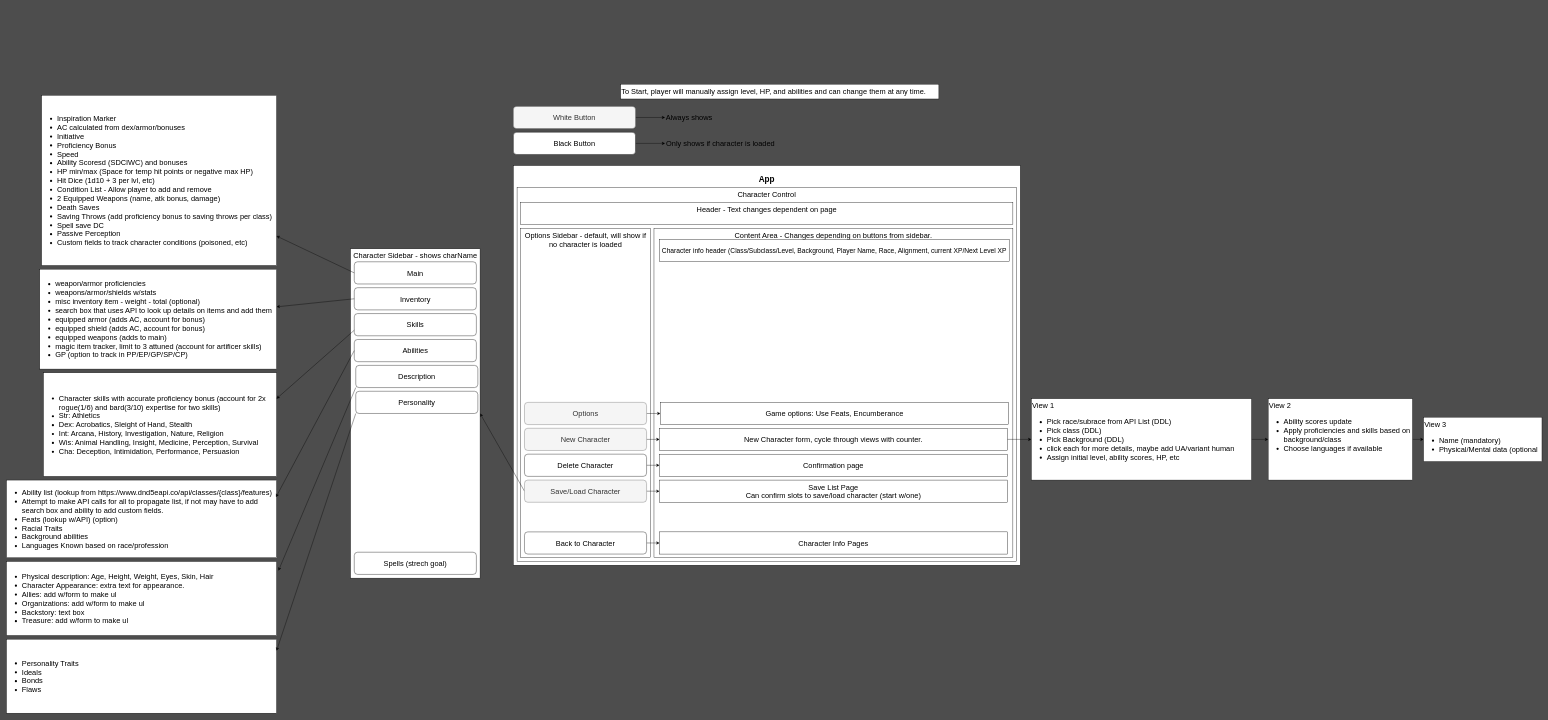
Before: diagram.drawio in benjaminw1030/dnd-character-creator, a draw.io diagram. Source tidied: cells renumbered, new cells numbered last; positions are measured from the earlier drawing's top-left corner, leaving out a move shared by most shapes. Both pictures are drawn from the tidied source at 37%, with x=0, y=0 at pixel (6, 84).
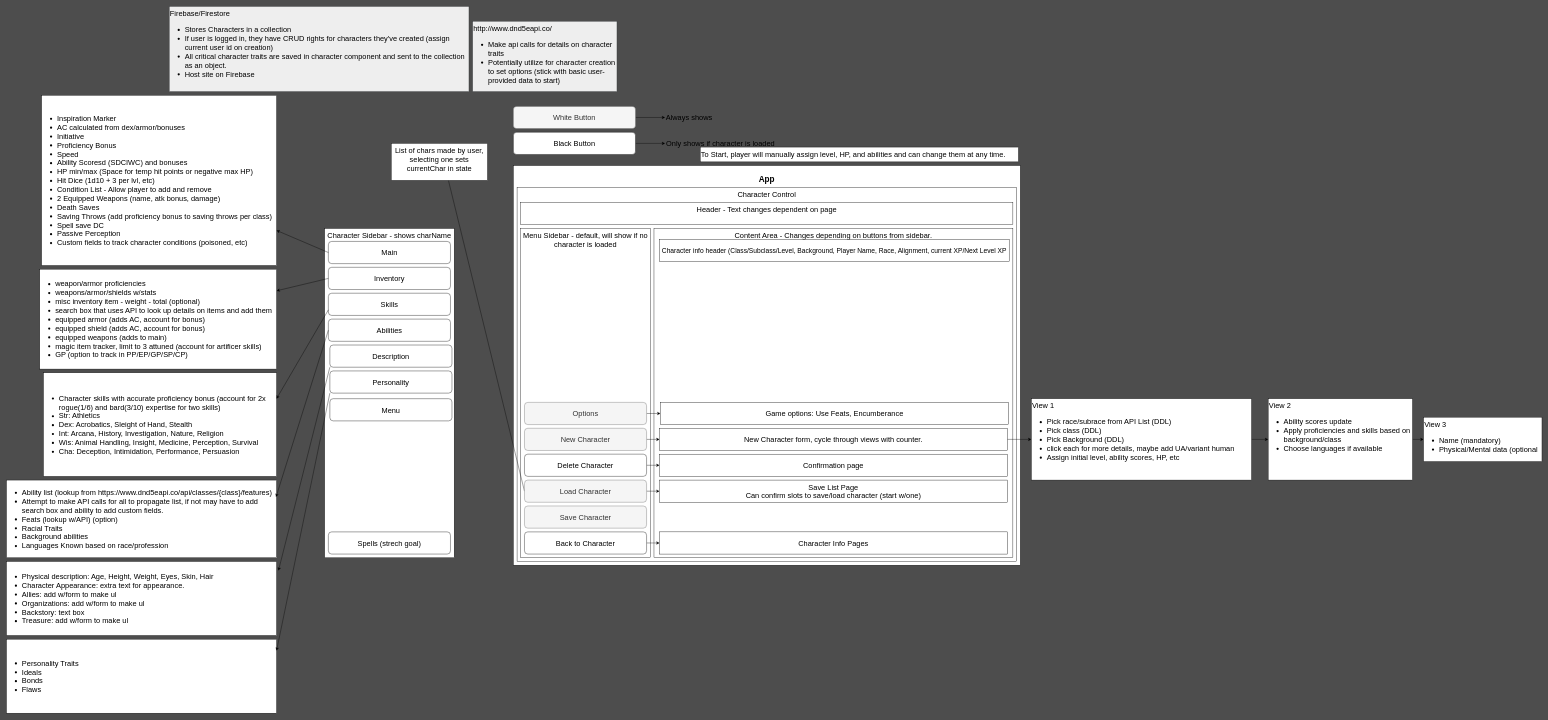
After the change.

The change refers to these unchanged cells:
```xml
<mxCell id="35" value="Character Sidebar - shows charName" style="rounded=0;whiteSpace=wrap;html=1;verticalAlign=top;fontSize=20;" parent="34" vertex="1">
  <mxGeometry width="350" height="890" as="geometry" />
</mxCell>
```

The edit, as a diff of the source:
```diff
@@
-    <mxCell id="5" value="Options Sidebar - default, will show if no character is loaded" style="rounded=0;whiteSpace=wrap;html=1;verticalAlign=top;fontSize=20;" parent="1" vertex="1">
+    <mxCell id="5" value="Menu Sidebar - default, will show if no character is loaded" style="rounded=0;whiteSpace=wrap;html=1;verticalAlign=top;fontSize=20;" parent="1" vertex="1">
       <mxGeometry x="1390" y="390" width="350" height="890" as="geometry" />
     </mxCell>
@@
-    <mxCell id="9" style="edgeStyle=none;html=1;fontSize=18;entryX=1;entryY=0.5;entryDx=0;entryDy=0;exitX=0;exitY=0.5;exitDx=0;exitDy=0;" parent="1" edge="1" source="11" target="35">
+    <mxCell id="9" style="edgeStyle=none;html=1;fontSize=18;exitX=0;exitY=0.5;exitDx=0;exitDy=0;entryX=0.5;entryY=0;entryDx=0;entryDy=0;" parent="1" edge="1" source="11" target="61">
       <mxGeometry relative="1" as="geometry" />
     </mxCell>
@@
-    <mxCell id="11" value="Save/Load Character" style="rounded=1;whiteSpace=wrap;html=1;fontSize=20;verticalAlign=middle;fillColor=#f5f5f5;strokeColor=#666666;fontColor=#333333;" parent="1" vertex="1">
+    <mxCell id="11" value="Load Character" style="rounded=1;whiteSpace=wrap;html=1;fontSize=20;verticalAlign=middle;fillColor=#f5f5f5;strokeColor=#666666;fontColor=#333333;" parent="1" vertex="1">
       <mxGeometry x="1400" y="1070" width="330" height="60" as="geometry" />
     </mxCell>
@@
     <mxCell id="34" style="group;" parent="1" vertex="1">
-      <mxGeometry x="930" y="445" width="350" height="890" as="geometry" />
+      <mxGeometry x="860" y="390" width="350" height="890" as="geometry" />
     </mxCell>
@@
+    <mxCell id="58" value="Menu" style="rounded=1;whiteSpace=wrap;html=1;fontSize=20;verticalAlign=middle;" parent="34" vertex="1">
+      <mxGeometry x="14" y="460" width="330" height="60" as="geometry" />
+    </mxCell>
@@
     <mxCell id="54" value="To Start, player will manually assign level, HP, and abilities and can change them at any time." style="whiteSpace=wrap;html=1;rounded=0;fontSize=20;verticalAlign=top;align=left;shadow=0;sketch=0;" parent="1" vertex="1">
-      <mxGeometry x="1660" width="860" height="40" as="geometry" />
+      <mxGeometry x="1875" y="170" width="860" height="40" as="geometry" />
     </mxCell>
@@
+    <mxCell id="59" value="Firebase/Firestore&lt;br style=&quot;font-size: 20px&quot;&gt;&lt;ul style=&quot;font-size: 20px&quot;&gt;&lt;li style=&quot;font-size: 20px&quot;&gt;Stores Characters in a collection&lt;/li&gt;&lt;li style=&quot;font-size: 20px&quot;&gt;If user is logged in, they have CRUD rights for characters they've created (assign current user id on creation)&lt;/li&gt;&lt;li style=&quot;font-size: 20px&quot;&gt;All critical character traits are saved in character component and sent to the collection as an object.&lt;/li&gt;&lt;li style=&quot;font-size: 20px&quot;&gt;Host site on Firebase&lt;/li&gt;&lt;/ul&gt;" style="rounded=0;whiteSpace=wrap;html=1;fillColor=#eeeeee;strokeColor=#36393d;fontColor=#000000;align=left;verticalAlign=top;fontSize=20;" parent="1" vertex="1">
+      <mxGeometry x="440" y="-210" width="810" height="230" as="geometry" />
+    </mxCell>
+    <mxCell id="60" value="Save Character" style="rounded=1;whiteSpace=wrap;html=1;fontSize=20;verticalAlign=middle;fillColor=#f5f5f5;strokeColor=#666666;fontColor=#333333;" parent="1" vertex="1">
+      <mxGeometry x="1400" y="1140" width="330" height="60" as="geometry" />
+    </mxCell>
+    <mxCell id="61" value="List of chars made by user, selecting one sets currentChar in state" style="rounded=0;whiteSpace=wrap;html=1;verticalAlign=top;fontSize=20;" parent="1" vertex="1">
+      <mxGeometry x="1040" y="160" width="260" height="100" as="geometry" />
+    </mxCell>
+    <mxCell id="62" value="http://www.dnd5eapi.co/&lt;br&gt;&lt;ul&gt;&lt;li&gt;Make api calls for details on character traits&lt;/li&gt;&lt;li&gt;Potentially utilize for character creation to set options (stick with basic user-provided data to start)&lt;/li&gt;&lt;/ul&gt;" style="rounded=0;whiteSpace=wrap;html=1;fillColor=#eeeeee;strokeColor=#36393d;fontColor=#000000;align=left;verticalAlign=top;fontSize=20;" parent="1" vertex="1">
+      <mxGeometry x="1260" y="-170" width="390" height="190" as="geometry" />
+    </mxCell>
```
